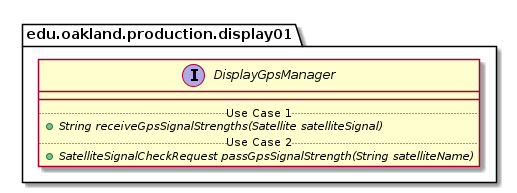
The PlantUML diagram docs/uml-class-diagrams/display01/production/DisplayGpsManager/DisplayGpsManager.png in elilley15/csi-3370-software-project, before a commit.
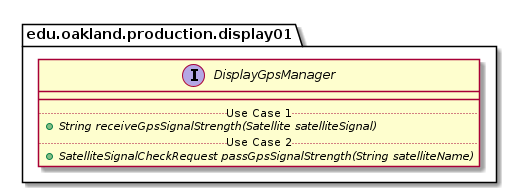
Above is the later version.

Diff of the diagram source:
```diff
@@ -4,7 +4,7 @@
     interface DisplayGpsManager {
         __
         .. Use Case 1 ..
-        {abstract} + String receiveGpsSignalStrengths(Satellite satelliteSignal)
+        {abstract} + String receiveGpsSignalStrength(Satellite satelliteSignal)
         .. Use Case 2 ..
         {abstract} + SatelliteSignalCheckRequest passGpsSignalStrength(String satelliteName)
     }
```
